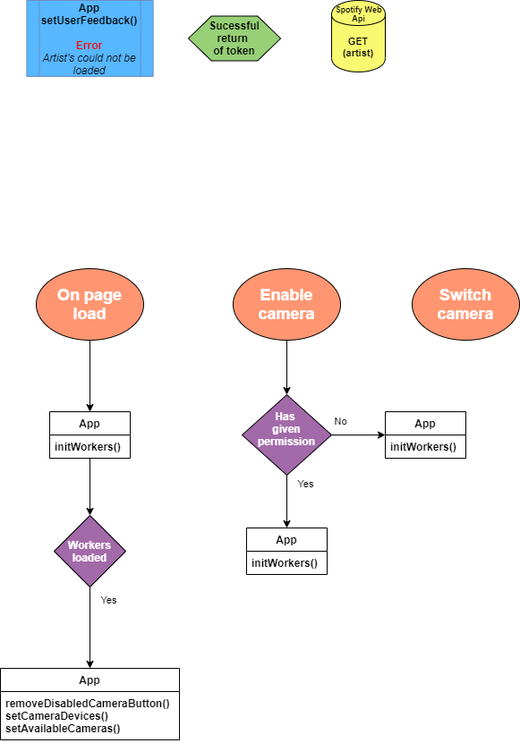
Earlier version of the draw.io export docs/img/readme/interaction-diagram-meesterproef.png (meessour/medicine-scanner). Source tidied: cells renumbered, new cells last; positions are measured from the earlier drawing's top-left corner, leaving out a move shared by most shapes.
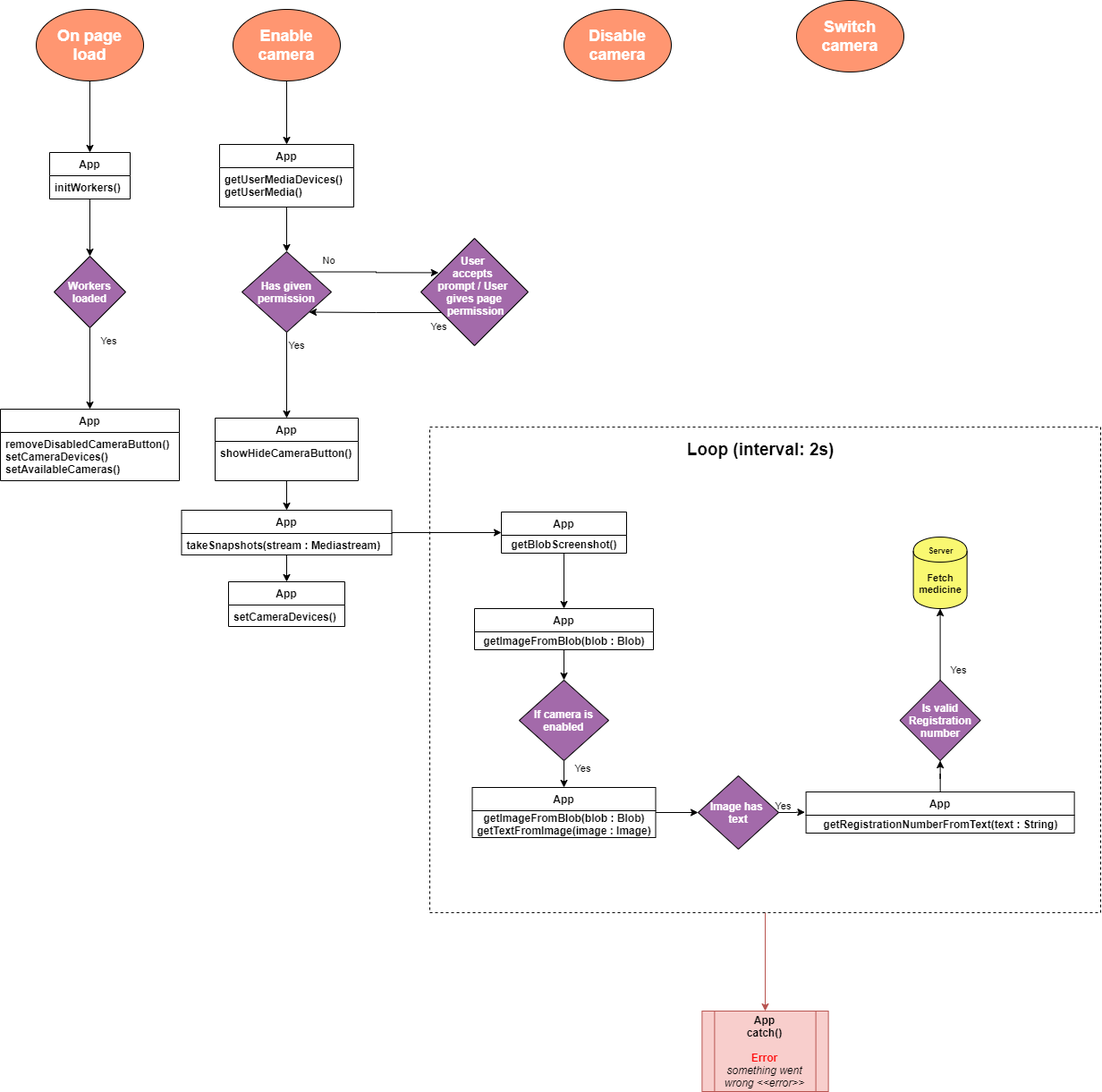
The same diagram one commit later.

Commit message:
Updated Interaction diagram

The edit, as a diff of the source:
```diff
@@ -28,31 +28,12 @@
     <mxCell id="9" value="initWorkers()" style="text;strokeColor=none;fillColor=none;align=left;verticalAlign=top;spacingLeft=4;spacingRight=4;overflow=hidden;fontStyle=1;" parent="8" vertex="1">
       <mxGeometry y="26" width="90" height="26" as="geometry" />
     </mxCell>
-    <mxCell id="10" style="edgeStyle=orthogonalEdgeStyle;rounded=0;jettySize=auto;html=1;entryX=0.5;entryY=0;entryDx=0;entryDy=0;" parent="1" edge="1" source="11" target="16">
-      <mxGeometry relative="1" as="geometry" />
-    </mxCell>
+    <mxCell id="28" style="edgeStyle=orthogonalEdgeStyle;rounded=0;jettySize=auto;html=1;entryX=0.5;entryY=0;entryDx=0;entryDy=0;" parent="1" edge="1" source="11" target="20">
+      <mxGeometry relative="1" as="geometry" />
+    </mxCell>
     <mxCell id="11" value="Enable camera" style="ellipse;whiteSpace=wrap;html=1;fillColor=#FF9671;fontColor=#FFFFFF;fontStyle=1;fontSize=18;" parent="1" vertex="1">
       <mxGeometry x="260" y="300" width="120" height="80" as="geometry" />
     </mxCell>
-    <mxCell id="12" style="edgeStyle=orthogonalEdgeStyle;rounded=0;jettySize=auto;html=1;entryX=0.5;entryY=0;entryDx=0;entryDy=0;" parent="1" edge="1" source="16" target="20">
-      <mxGeometry relative="1" as="geometry" />
-    </mxCell>
-    <mxCell id="13" value="Yes" style="edgeLabel;html=1;align=center;verticalAlign=middle;" parent="12" vertex="1">
-      <mxGeometry x="-0.25" y="1" relative="1" as="geometry">
-        <mxPoint x="19" y="-13" as="offset" />
-      </mxGeometry>
-    </mxCell>
-    <mxCell id="14" style="edgeStyle=orthogonalEdgeStyle;rounded=0;jettySize=auto;html=1;" parent="1" edge="1" source="16" target="22">
-      <mxGeometry relative="1" as="geometry" />
-    </mxCell>
-    <mxCell id="15" value="No" style="edgeLabel;html=1;align=center;verticalAlign=middle;" parent="14" vertex="1">
-      <mxGeometry x="-0.81" y="2" relative="1" as="geometry">
-        <mxPoint x="4.5" y="-14" as="offset" />
-      </mxGeometry>
-    </mxCell>
-    <mxCell id="16" value="Has &lt;br&gt;given&lt;br&gt;permission&lt;br&gt;&lt;br&gt;" style="rhombus;whiteSpace=wrap;html=1;fillColor=#A36AAA;fontColor=#FFFFFF;fontStyle=1;" parent="1" vertex="1">
-      <mxGeometry x="270" y="441" width="100" height="90" as="geometry" />
-    </mxCell>
     <mxCell id="17" value="App" style="swimlane;fontStyle=1;align=center;verticalAlign=top;horizontal=1;startSize=26;" parent="1" vertex="1">
       <mxGeometry y="747" width="200" height="80" as="geometry" />
     </mxCell>
@@ -60,31 +41,168 @@
       <mxGeometry y="26" width="200" height="54" as="geometry" />
     </mxCell>
     <mxCell id="19" value="Switch camera" style="ellipse;whiteSpace=wrap;html=1;fillColor=#FF9671;fontColor=#FFFFFF;fontStyle=1;fontSize=18;" parent="1" vertex="1">
-      <mxGeometry x="460" y="300" width="120" height="80" as="geometry" />
+      <mxGeometry x="890" y="290" width="120" height="80" as="geometry" />
     </mxCell>
+    <mxCell id="29" value="Disable camera" style="ellipse;whiteSpace=wrap;html=1;fillColor=#FF9671;fontColor=#FFFFFF;fontStyle=1;fontSize=18;" parent="1" vertex="1">
+      <mxGeometry x="630" y="300" width="120" height="80" as="geometry" />
+    </mxCell>
+    <mxCell id="30" style="edgeStyle=orthogonalEdgeStyle;rounded=0;jettySize=auto;html=1;exitX=1;exitY=0;exitDx=0;exitDy=0;entryX=0.165;entryY=0.32;entryDx=0;entryDy=0;entryPerimeter=0;" parent="1" edge="1" source="16" target="36">
+      <mxGeometry relative="1" as="geometry" />
+    </mxCell>
+    <mxCell id="15" value="No" style="edgeLabel;html=1;align=center;verticalAlign=middle;" parent="30" vertex="1">
+      <mxGeometry x="-0.35" y="1" relative="1" as="geometry">
+        <mxPoint x="-27.5" y="-12.5" as="offset" />
+      </mxGeometry>
+    </mxCell>
+    <mxCell id="31" style="edgeStyle=orthogonalEdgeStyle;rounded=0;jettySize=auto;html=1;entryX=0.5;entryY=0;entryDx=0;entryDy=0;" parent="1" edge="1" source="16" target="42">
+      <mxGeometry relative="1" as="geometry" />
+    </mxCell>
+    <mxCell id="32" value="Yes" style="edgeLabel;html=1;align=center;verticalAlign=middle;" parent="31" vertex="1">
+      <mxGeometry x="-0.74" y="2" relative="1" as="geometry">
+        <mxPoint x="8" y="2.4" as="offset" />
+      </mxGeometry>
+    </mxCell>
+    <mxCell id="16" value="Has given permission" style="rhombus;whiteSpace=wrap;html=1;fillColor=#A36AAA;fontColor=#FFFFFF;fontStyle=1;" parent="1" vertex="1">
+      <mxGeometry x="270" y="571" width="100" height="90" as="geometry" />
+    </mxCell>
+    <mxCell id="33" style="edgeStyle=orthogonalEdgeStyle;rounded=0;jettySize=auto;html=1;entryX=0.5;entryY=0;entryDx=0;entryDy=0;" parent="1" edge="1" source="20" target="16">
+      <mxGeometry relative="1" as="geometry" />
+    </mxCell>
     <mxCell id="20" value="App" style="swimlane;fontStyle=1;align=center;verticalAlign=top;horizontal=1;startSize=26;" parent="1" vertex="1">
-      <mxGeometry x="275" y="590" width="90" height="52" as="geometry" />
+      <mxGeometry x="245" y="451" width="150" height="70" as="geometry" />
     </mxCell>
-    <mxCell id="21" value="initWorkers()" style="text;strokeColor=none;fillColor=none;align=left;verticalAlign=top;spacingLeft=4;spacingRight=4;overflow=hidden;fontStyle=1;" parent="20" vertex="1">
-      <mxGeometry y="26" width="90" height="26" as="geometry" />
+    <mxCell id="21" value="getUserMediaDevices()&#10;getUserMedia()" style="text;strokeColor=none;fillColor=none;align=left;verticalAlign=top;spacingLeft=4;spacingRight=4;overflow=hidden;fontStyle=1;" parent="20" vertex="1">
+      <mxGeometry y="26" width="150" height="44" as="geometry" />
     </mxCell>
-    <mxCell id="22" value="App" style="swimlane;fontStyle=1;align=center;verticalAlign=top;horizontal=1;startSize=26;" parent="1" vertex="1">
-      <mxGeometry x="430" y="460" width="90" height="52" as="geometry" />
-    </mxCell>
-    <mxCell id="23" value="initWorkers()" style="text;strokeColor=none;fillColor=none;align=left;verticalAlign=top;spacingLeft=4;spacingRight=4;overflow=hidden;fontStyle=1;" parent="22" vertex="1">
-      <mxGeometry y="26" width="90" height="26" as="geometry" />
-    </mxCell>
-    <mxCell id="24" value="&lt;font style=&quot;font-size: 11px&quot;&gt;&lt;font style=&quot;line-height: 90% ; font-size: 11px&quot;&gt;&lt;font style=&quot;font-size: 11px&quot;&gt;GET&lt;br style=&quot;font-size: 11px&quot;&gt;(&lt;/font&gt;&lt;/font&gt;&lt;font style=&quot;line-height: 90% ; font-size: 11px&quot;&gt;artist&lt;/font&gt;&lt;/font&gt;&lt;font style=&quot;line-height: 90% ; font-size: 11px&quot;&gt;&lt;font style=&quot;font-size: 11px&quot;&gt;)&lt;/font&gt;&lt;br style=&quot;font-size: 11px&quot;&gt;&lt;/font&gt;" style="shape=cylinder;whiteSpace=wrap;html=1;boundedLbl=1;backgroundOutline=1;verticalAlign=middle;spacing=2;fillColor=#F9F871;fontStyle=1;fontSize=11;" parent="1" vertex="1">
-      <mxGeometry x="370" width="60" height="80" as="geometry" />
-    </mxCell>
-    <mxCell id="25" value="Spotify Web&lt;br style=&quot;font-size: 9px;&quot;&gt;Api" style="text;html=1;align=center;verticalAlign=middle;fontSize=9;fontStyle=1;" parent="1" vertex="1">
-      <mxGeometry x="365" width="70" height="30" as="geometry" />
-    </mxCell>
-    <mxCell id="26" value="App&lt;br&gt;setUserFeedback()&lt;br&gt;&lt;br&gt;&lt;font color=&quot;#ff0000&quot;&gt;Error&lt;/font&gt;&lt;br&gt;&lt;span style=&quot;font-weight: 400&quot;&gt;&lt;i&gt;Artist's could not be loaded&lt;/i&gt;&lt;/span&gt;" style="shape=process;whiteSpace=wrap;html=1;backgroundOutline=1;strokeColor=#6c8ebf;fillColor=#57B7FF;fontStyle=1;" parent="1" vertex="1">
-      <mxGeometry x="29.4" width="141.2" height="85" as="geometry" />
-    </mxCell>
-    <mxCell id="27" value="&amp;nbsp;Sucessful &lt;br&gt;return &lt;br&gt;of token" style="shape=hexagon;perimeter=hexagonPerimeter2;whiteSpace=wrap;html=1;fillColor=#97D077;strokeColor=#000000;fontStyle=1;" parent="1" vertex="1">
-      <mxGeometry x="210" y="17.5" width="103.1" height="50" as="geometry" />
-    </mxCell>
+    <mxCell id="34" style="edgeStyle=orthogonalEdgeStyle;rounded=0;jettySize=auto;html=1;exitX=0;exitY=1;exitDx=0;exitDy=0;entryX=1;entryY=1;entryDx=0;entryDy=0;" parent="1" edge="1" source="36" target="16">
+      <mxGeometry relative="1" as="geometry">
+        <Array as="points">
+          <mxPoint x="500" y="639" />
+          <mxPoint x="420" y="639" />
+        </Array>
+      </mxGeometry>
+    </mxCell>
+    <mxCell id="35" value="Yes" style="edgeLabel;html=1;align=center;verticalAlign=middle;" parent="34" vertex="1">
+      <mxGeometry x="-0.77" y="1" relative="1" as="geometry">
+        <mxPoint y="14" as="offset" />
+      </mxGeometry>
+    </mxCell>
+    <mxCell id="36" value="User &lt;br&gt;accepts &lt;br&gt;prompt / User &lt;br&gt;gives page&lt;br&gt;&amp;nbsp;permission&lt;br&gt;&lt;br&gt;" style="rhombus;whiteSpace=wrap;html=1;fillColor=#A36AAA;fontColor=#FFFFFF;fontStyle=1;" parent="1" vertex="1">
+      <mxGeometry x="470" y="556" width="120" height="120" as="geometry" />
+    </mxCell>
+    <mxCell id="37" style="edgeStyle=orthogonalEdgeStyle;rounded=0;jettySize=auto;html=1;entryX=0.5;entryY=0;entryDx=0;entryDy=0;" parent="1" edge="1" source="42" target="40">
+      <mxGeometry relative="1" as="geometry" />
+    </mxCell>
+    <mxCell id="38" style="edgeStyle=orthogonalEdgeStyle;rounded=0;jettySize=auto;html=1;entryX=0.5;entryY=0;entryDx=0;entryDy=0;" parent="1" edge="1" source="40" target="44">
+      <mxGeometry relative="1" as="geometry" />
+    </mxCell>
+    <mxCell id="39" style="edgeStyle=orthogonalEdgeStyle;rounded=0;jettySize=auto;html=1;" parent="1" edge="1" source="40" target="54">
+      <mxGeometry relative="1" as="geometry" />
+    </mxCell>
+    <mxCell id="40" value="App" style="swimlane;fontStyle=1;align=center;verticalAlign=top;horizontal=1;startSize=26;" parent="1" vertex="1">
+      <mxGeometry x="202.5" y="860" width="235" height="50" as="geometry" />
+    </mxCell>
+    <mxCell id="41" value="takeSnapshots(stream : Mediastream)" style="text;strokeColor=none;fillColor=none;align=left;verticalAlign=top;spacingLeft=4;spacingRight=4;overflow=hidden;fontStyle=1;" parent="40" vertex="1">
+      <mxGeometry y="26" width="235" height="24" as="geometry" />
+    </mxCell>
+    <mxCell id="42" value="App" style="swimlane;fontStyle=1;align=center;verticalAlign=top;horizontal=1;startSize=26;" parent="1" vertex="1">
+      <mxGeometry x="240" y="757" width="160" height="70" as="geometry" />
+    </mxCell>
+    <mxCell id="43" value="showHideCameraButton()&#10;" style="text;strokeColor=none;fillColor=none;align=left;verticalAlign=top;spacingLeft=4;spacingRight=4;overflow=hidden;fontStyle=1;" parent="42" vertex="1">
+      <mxGeometry y="26" width="160" height="44" as="geometry" />
+    </mxCell>
+    <mxCell id="44" value="App" style="swimlane;fontStyle=1;align=center;verticalAlign=top;horizontal=1;startSize=26;" parent="1" vertex="1">
+      <mxGeometry x="255" y="940" width="130" height="50" as="geometry" />
+    </mxCell>
+    <mxCell id="45" value="setCameraDevices()" style="text;strokeColor=none;fillColor=none;align=left;verticalAlign=top;spacingLeft=4;spacingRight=4;overflow=hidden;fontStyle=1;" parent="44" vertex="1">
+      <mxGeometry y="26" width="130" height="24" as="geometry" />
+    </mxCell>
+    <mxCell id="46" style="edgeStyle=orthogonalEdgeStyle;rounded=0;jettySize=auto;html=1;entryX=0.5;entryY=0;entryDx=0;entryDy=0;strokeColor=#b85450;fillColor=#f8cecc;" parent="1" edge="1" source="47" target="49">
+      <mxGeometry relative="1" as="geometry" />
+    </mxCell>
+    <mxCell id="47" value="&lt;font style=&quot;font-size: 19px&quot;&gt;&lt;b&gt;&lt;br&gt;&lt;/b&gt;&lt;/font&gt;" style="rounded=0;whiteSpace=wrap;html=1;fillColor=none;dashed=1;" parent="1" vertex="1">
+      <mxGeometry x="480" y="767" width="750" height="543" as="geometry" />
+    </mxCell>
+    <mxCell id="48" style="edgeStyle=orthogonalEdgeStyle;rounded=0;jettySize=auto;html=1;" parent="1" edge="1" source="54" target="56">
+      <mxGeometry relative="1" as="geometry" />
+    </mxCell>
+    <mxCell id="49" value="App&lt;br&gt;catch()&lt;br&gt;&lt;br&gt;&lt;font color=&quot;#ff0000&quot;&gt;Error&lt;/font&gt;&lt;br&gt;&lt;span style=&quot;font-weight: 400&quot;&gt;&lt;i&gt;something went wrong &amp;lt;&amp;lt;error&amp;gt;&amp;gt;&lt;/i&gt;&lt;/span&gt;" style="shape=process;whiteSpace=wrap;html=1;backgroundOutline=1;strokeColor=#b85450;fillColor=#f8cecc;fontStyle=1;" parent="1" vertex="1">
+      <mxGeometry x="784.4" y="1420" width="141.2" height="90" as="geometry" />
+    </mxCell>
+    <mxCell id="50" style="edgeStyle=orthogonalEdgeStyle;rounded=0;jettySize=auto;html=1;entryX=0.5;entryY=0;entryDx=0;entryDy=0;strokeColor=#000000;" parent="1" edge="1" source="56" target="53">
+      <mxGeometry relative="1" as="geometry" />
+    </mxCell>
+    <mxCell id="51" style="edgeStyle=orthogonalEdgeStyle;rounded=0;jettySize=auto;html=1;strokeColor=#000000;" parent="1" edge="1" source="53" target="63">
+      <mxGeometry relative="1" as="geometry" />
+    </mxCell>
+    <mxCell id="52" value="Yes" style="edgeLabel;html=1;align=center;verticalAlign=middle;" parent="51" vertex="1">
+      <mxGeometry x="0.2" y="-4" relative="1" as="geometry">
+        <mxPoint x="24" y="-2" as="offset" />
+      </mxGeometry>
+    </mxCell>
+    <mxCell id="53" value="If camera is enabled" style="rhombus;whiteSpace=wrap;html=1;fillColor=#A36AAA;fontColor=#FFFFFF;fontStyle=1;" parent="1" vertex="1">
+      <mxGeometry x="580" y="1050" width="100" height="90" as="geometry" />
+    </mxCell>
+    <mxCell id="54" value="App" style="swimlane;fontStyle=1;align=center;verticalAlign=top;horizontal=1;startSize=26;" parent="1" vertex="1">
+      <mxGeometry x="560" y="862" width="140" height="46" as="geometry" />
+    </mxCell>
+    <mxCell id="55" value="&lt;b&gt;getBlobScreenshot()&lt;/b&gt;" style="text;html=1;align=center;verticalAlign=middle;" parent="54" vertex="1">
+      <mxGeometry y="26" width="140" height="20" as="geometry" />
+    </mxCell>
+    <mxCell id="56" value="App" style="swimlane;fontStyle=1;align=center;verticalAlign=top;horizontal=1;startSize=26;" parent="1" vertex="1">
+      <mxGeometry x="530" y="970" width="200" height="46" as="geometry" />
+    </mxCell>
+    <mxCell id="57" value="&lt;b&gt;getImageFromBlob(blob : Blob)&lt;/b&gt;" style="text;html=1;align=center;verticalAlign=middle;" parent="56" vertex="1">
+      <mxGeometry y="26" width="200" height="20" as="geometry" />
+    </mxCell>
+    <mxCell id="58" value="&lt;b style=&quot;font-size: 19px&quot;&gt;Loop (interval: 2s)&lt;/b&gt;" style="text;html=1;strokeColor=none;fillColor=none;align=center;verticalAlign=middle;whiteSpace=wrap;rounded=0;dashed=1;" parent="1" vertex="1">
+      <mxGeometry x="690" y="782" width="320" height="20" as="geometry" />
+    </mxCell>
+    <mxCell id="59" style="edgeStyle=orthogonalEdgeStyle;rounded=0;jettySize=auto;html=1;entryX=-0.004;entryY=-0.163;entryDx=0;entryDy=0;entryPerimeter=0;strokeColor=#000000;" parent="1" edge="1" source="61" target="68">
+      <mxGeometry relative="1" as="geometry" />
+    </mxCell>
+    <mxCell id="60" value="Yes" style="edgeLabel;html=1;align=center;verticalAlign=middle;" parent="59" vertex="1">
+      <mxGeometry x="0.37" y="16" relative="1" as="geometry">
+        <mxPoint x="-16" y="8.3" as="offset" />
+      </mxGeometry>
+    </mxCell>
+    <mxCell id="61" value="Image has &lt;br&gt;text" style="rhombus;whiteSpace=wrap;html=1;fillColor=#A36AAA;fontColor=#FFFFFF;fontStyle=1;" parent="1" vertex="1">
+      <mxGeometry x="780" y="1157" width="90" height="82" as="geometry" />
+    </mxCell>
+    <mxCell id="62" style="edgeStyle=orthogonalEdgeStyle;rounded=0;jettySize=auto;html=1;entryX=0;entryY=0.5;entryDx=0;entryDy=0;strokeColor=#000000;" parent="1" edge="1" source="63" target="61">
+      <mxGeometry relative="1" as="geometry" />
+    </mxCell>
+    <mxCell id="63" value="App" style="swimlane;fontStyle=1;align=center;verticalAlign=top;horizontal=1;startSize=26;" parent="1" vertex="1">
+      <mxGeometry x="527.5" y="1170" width="205" height="56" as="geometry" />
+    </mxCell>
+    <mxCell id="64" value="&lt;b&gt;getImageFromBlob(blob : Blob)&lt;/b&gt;&lt;br&gt;&lt;b&gt;getTextFromImage(image : Image)&lt;/b&gt;" style="text;html=1;align=center;verticalAlign=middle;" parent="63" vertex="1">
+      <mxGeometry y="26" width="205" height="30" as="geometry" />
+    </mxCell>
+    <mxCell id="65" style="edgeStyle=orthogonalEdgeStyle;rounded=0;jettySize=auto;html=1;entryX=0.5;entryY=1;entryDx=0;entryDy=0;strokeColor=#000000;" parent="1" edge="1" source="67" target="70">
+      <mxGeometry relative="1" as="geometry" />
+    </mxCell>
+    <mxCell id="66" value="Yes" style="edgeLabel;html=1;align=center;verticalAlign=middle;" parent="65" vertex="1">
+      <mxGeometry x="0.11" y="-9" relative="1" as="geometry">
+        <mxPoint x="10.4" y="-121.4" as="offset" />
+      </mxGeometry>
+    </mxCell>
+    <mxCell id="67" value="App" style="swimlane;fontStyle=1;align=center;verticalAlign=top;horizontal=1;startSize=26;" parent="1" vertex="1">
+      <mxGeometry x="900.6" y="1175" width="300" height="46" as="geometry" />
+    </mxCell>
+    <mxCell id="68" value="&lt;b&gt;getRegistrationNumberFromText(text : String)&lt;/b&gt;" style="text;html=1;align=center;verticalAlign=middle;points=[];" parent="67" vertex="1">
+      <mxGeometry y="26" width="300" height="20" as="geometry" />
+    </mxCell>
+    <mxCell id="69" style="edgeStyle=orthogonalEdgeStyle;rounded=0;jettySize=auto;html=1;strokeColor=#000000;" parent="1" edge="1" source="70" target="71">
+      <mxGeometry relative="1" as="geometry" />
+    </mxCell>
+    <mxCell id="70" value="Is valid Registration&lt;br&gt;number" style="rhombus;whiteSpace=wrap;html=1;fillColor=#A36AAA;fontColor=#FFFFFF;fontStyle=1;" parent="1" vertex="1">
+      <mxGeometry x="1005.6" y="1050" width="90" height="90" as="geometry" />
+    </mxCell>
+    <mxCell id="71" value="&lt;font style=&quot;line-height: 90% ; font-size: 11px&quot;&gt;Fetch medicine&lt;br style=&quot;font-size: 11px&quot;&gt;&lt;/font&gt;" style="shape=cylinder;whiteSpace=wrap;html=1;boundedLbl=1;backgroundOutline=1;verticalAlign=middle;spacing=2;fillColor=#F9F871;fontStyle=1;fontSize=11;" parent="1" vertex="1">
+      <mxGeometry x="1020.6" y="890" width="60" height="80" as="geometry" />
+    </mxCell>
+    <mxCell id="72" value="Server" style="text;html=1;align=center;verticalAlign=middle;fontSize=9;fontStyle=1;" parent="1" vertex="1">
+      <mxGeometry x="1030.6" y="895" width="40" height="20" as="geometry" />
+    </mxCell>
   </root>
 </mxGraphModel>
```
